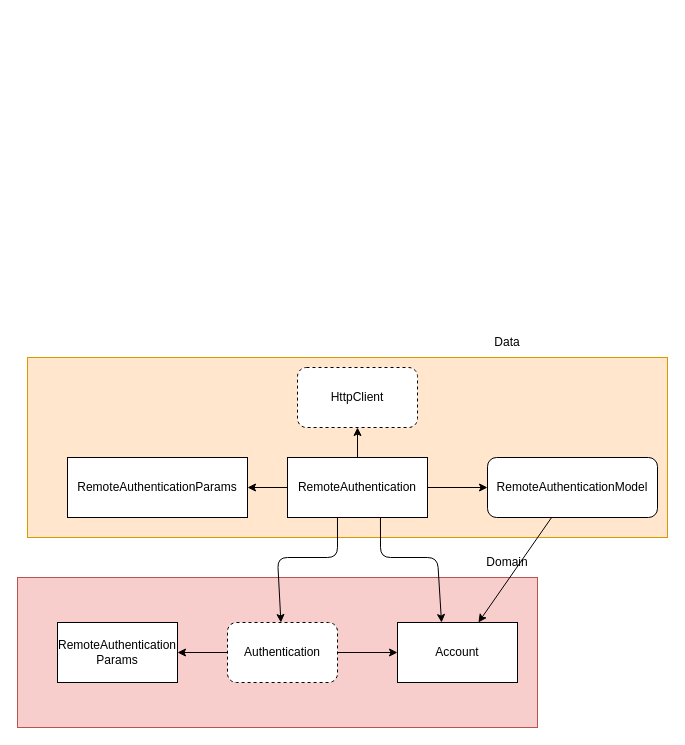
This is docs/diagram.drawio from Luke0195/clean_flutter, a draw.io file, before an edit. Source tidied: cells renumbered, new cells numbered last; positions are measured from the earlier drawing's top-left corner, leaving out a move shared by most shapes. Both pictures are drawn from the tidied source at 100%, with x=0, y=0 at pixel (17, 327).
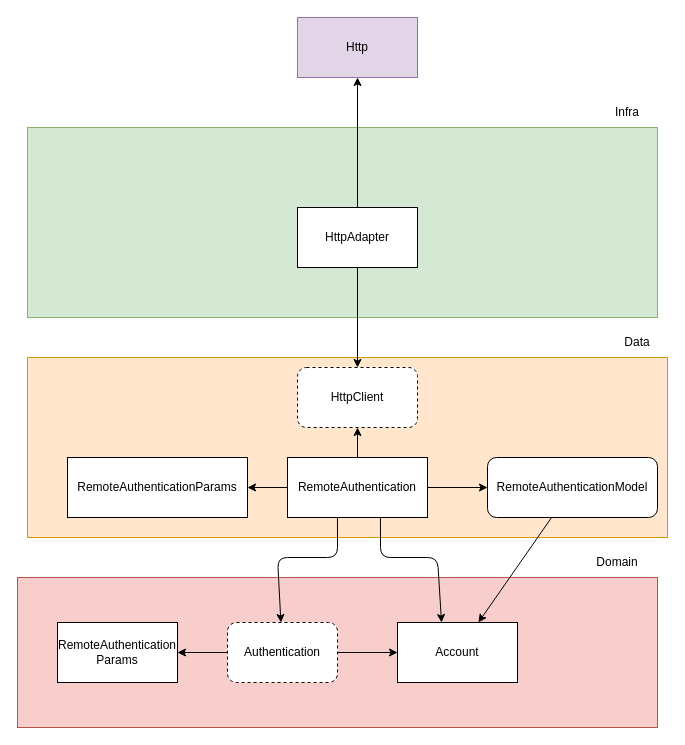
The same page after the edit.

The change refers to these unchanged cells:
```xml
<mxCell id="16" value="HttpClient" style="rounded=1;whiteSpace=wrap;html=1;dashed=1;" parent="1" vertex="1">
  <mxGeometry x="280" y="40" width="120" height="60" as="geometry" />
</mxCell>
```

What changed in the source:
```diff
@@
     <mxCell id="2" style="rounded=0;whiteSpace=wrap;html=1;fillColor=#f8cecc;strokeColor=#b85450;" parent="1" vertex="1">
-      <mxGeometry y="250" width="520" height="150" as="geometry" />
+      <mxGeometry y="250" width="640" height="150" as="geometry" />
     </mxCell>
     <mxCell id="3" value="Domain" style="text;html=1;align=center;verticalAlign=middle;whiteSpace=wrap;rounded=0;" parent="1" vertex="1">
-      <mxGeometry x="460" y="220" width="60" height="30" as="geometry" />
+      <mxGeometry x="570" y="220" width="60" height="30" as="geometry" />
     </mxCell>
@@
     <mxCell id="8" value="Data" style="text;html=1;align=center;verticalAlign=middle;whiteSpace=wrap;rounded=0;" parent="1" vertex="1">
-      <mxGeometry x="460" width="60" height="30" as="geometry" />
+      <mxGeometry x="590" width="60" height="30" as="geometry" />
     </mxCell>
@@
+    <mxCell id="21" style="rounded=0;whiteSpace=wrap;html=1;fillColor=#d5e8d4;strokeColor=#82b366;" parent="1" vertex="1">
+      <mxGeometry x="10" y="-200" width="630" height="190" as="geometry" />
+    </mxCell>
+    <mxCell id="22" value="Infra" style="text;html=1;align=center;verticalAlign=middle;whiteSpace=wrap;rounded=0;" parent="1" vertex="1">
+      <mxGeometry x="580" y="-230" width="60" height="30" as="geometry" />
+    </mxCell>
+    <mxCell id="23" value="Http" style="rounded=0;whiteSpace=wrap;html=1;fillColor=#e1d5e7;strokeColor=#9673a6;" parent="1" vertex="1">
+      <mxGeometry x="280" y="-310" width="120" height="60" as="geometry" />
+    </mxCell>
+    <mxCell id="24" style="edgeStyle=none;html=1;entryX=0.5;entryY=1;entryDx=0;entryDy=0;" parent="1" edge="1" source="26" target="23">
+      <mxGeometry relative="1" as="geometry" />
+    </mxCell>
+    <mxCell id="25" style="edgeStyle=none;html=1;" parent="1" edge="1" source="26" target="16">
+      <mxGeometry relative="1" as="geometry" />
+    </mxCell>
+    <mxCell id="26" value="HttpAdapter" style="rounded=0;whiteSpace=wrap;html=1;" parent="1" vertex="1">
+      <mxGeometry x="280" y="-120" width="120" height="60" as="geometry" />
+    </mxCell>
```
